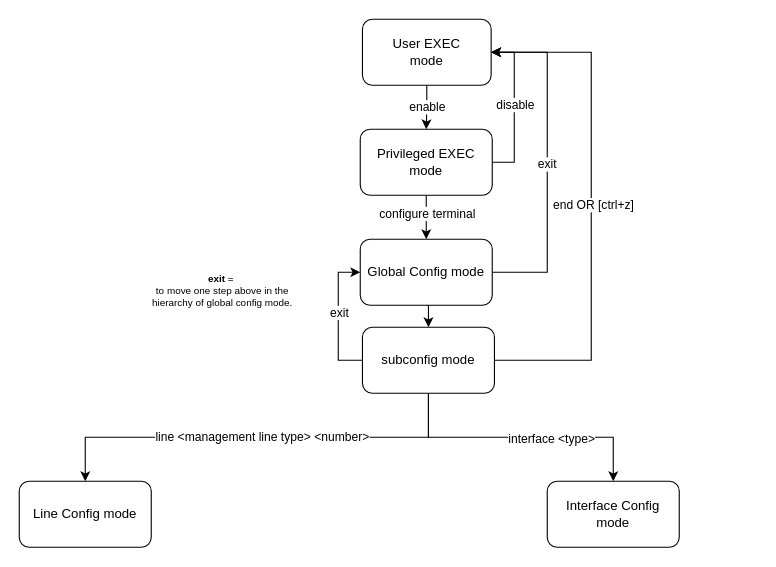
Before: Untitled Diagram.drawio in troders34/hello-github, a draw.io diagram. Source tidied: cells renumbered, new cells numbered last; positions are measured from the earlier drawing's top-left corner, leaving out a move shared by most shapes. Both pictures are drawn from the tidied source at 110%, with x=0, y=0 at pixel (19, 19).
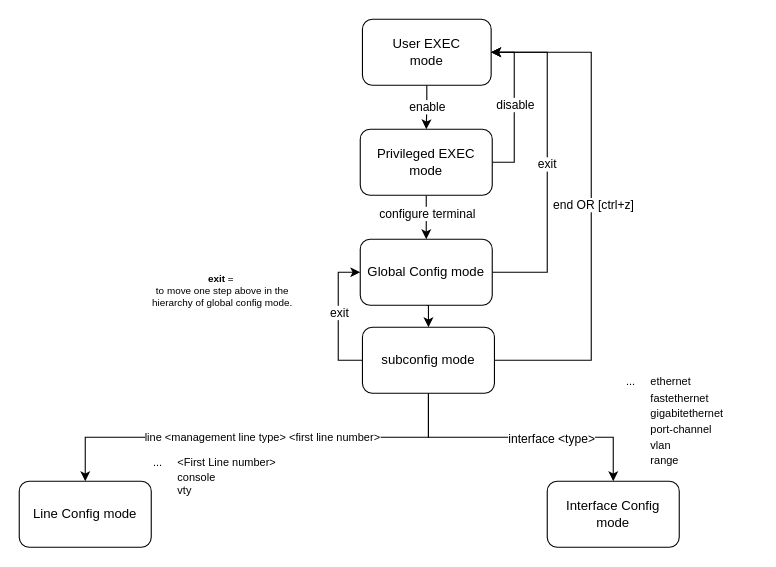
The same diagram, later.

Unchanged cells that the change refers to:
```xml
<mxCell id="16" style="edgeStyle=orthogonalEdgeStyle;rounded=0;jettySize=auto;html=1;exitX=0.5;exitY=1;exitDx=0;exitDy=0;entryX=0.5;entryY=0;entryDx=0;entryDy=0;" parent="1" edge="1" source="24" target="10">
  <mxGeometry relative="1" as="geometry" />
</mxCell>
```

The edit, as a diff of the source:
```diff
@@
-    <mxCell id="17" value="line &amp;lt;management line type&amp;gt; &amp;lt;number&amp;gt;" style="edgeLabel;html=1;align=center;verticalAlign=middle;" parent="16" vertex="1">
+    <mxCell id="17" value="&lt;font style=&quot;font-size: 10px;&quot;&gt;line &amp;lt;management line type&amp;gt; &amp;lt;first line number&amp;gt;&lt;/font&gt;" style="edgeLabel;html=1;align=center;verticalAlign=middle;" parent="16" vertex="1">
       <mxGeometry x="-0.02" y="-1" relative="1" as="geometry" />
     </mxCell>
@@
+    <mxCell id="26" value="&lt;font style=&quot;font-size: 10px;&quot;&gt;...&lt;span style=&quot;white-space: pre;&quot;&gt;&#9;&lt;/span&gt;ethernet&lt;/font&gt;&lt;div&gt;&lt;font style=&quot;font-size: 10px;&quot;&gt;&lt;span style=&quot;white-space: pre;&quot;&gt;&#9;&lt;/span&gt;fastethernet&lt;br&gt;&lt;/font&gt;&lt;/div&gt;&lt;div&gt;&lt;font style=&quot;font-size: 10px;&quot;&gt;&lt;span style=&quot;white-space: pre;&quot;&gt;&#9;&lt;/span&gt;gigabitethernet&lt;br&gt;&lt;/font&gt;&lt;/div&gt;&lt;div&gt;&lt;font style=&quot;font-size: 10px;&quot;&gt;&lt;span style=&quot;white-space: pre;&quot;&gt;&#9;&lt;/span&gt;port-channel&lt;br&gt;&lt;/font&gt;&lt;/div&gt;&lt;div&gt;&lt;font style=&quot;font-size: 10px;&quot;&gt;&lt;span style=&quot;white-space: pre;&quot;&gt;&#9;&lt;/span&gt;vlan&lt;br&gt;&lt;/font&gt;&lt;/div&gt;&lt;div&gt;&lt;font style=&quot;font-size: 10px;&quot;&gt;&lt;span style=&quot;white-space: pre;&quot;&gt;&#9;&lt;/span&gt;range&lt;br&gt;&lt;/font&gt;&lt;/div&gt;" style="text;html=1;align=left;verticalAlign=middle;whiteSpace=wrap;rounded=0;" parent="1" vertex="1">
+      <mxGeometry x="550" y="320" width="120" height="90" as="geometry" />
+    </mxCell>
+    <mxCell id="27" value="&lt;font style=&quot;font-size: 10px;&quot;&gt;...&lt;span style=&quot;white-space: pre;&quot;&gt;&#9;&lt;/span&gt;&amp;lt;First Line number&amp;gt;&lt;/font&gt;&lt;div style=&quot;font-size: 10px;&quot;&gt;&lt;font style=&quot;font-size: 10px;&quot;&gt;&lt;span style=&quot;white-space: pre;&quot;&gt;&#9;&lt;/span&gt;console&lt;/font&gt;&lt;/div&gt;&lt;div style=&quot;font-size: 10px;&quot;&gt;&lt;font style=&quot;font-size: 10px;&quot;&gt;&lt;span style=&quot;white-space: pre;&quot;&gt;&#9;&lt;/span&gt;vty&lt;/font&gt;&lt;/div&gt;" style="text;html=1;align=left;verticalAlign=middle;whiteSpace=wrap;rounded=0;" parent="1" vertex="1">
+      <mxGeometry x="120" y="400" width="120" height="30" as="geometry" />
+    </mxCell>
```
